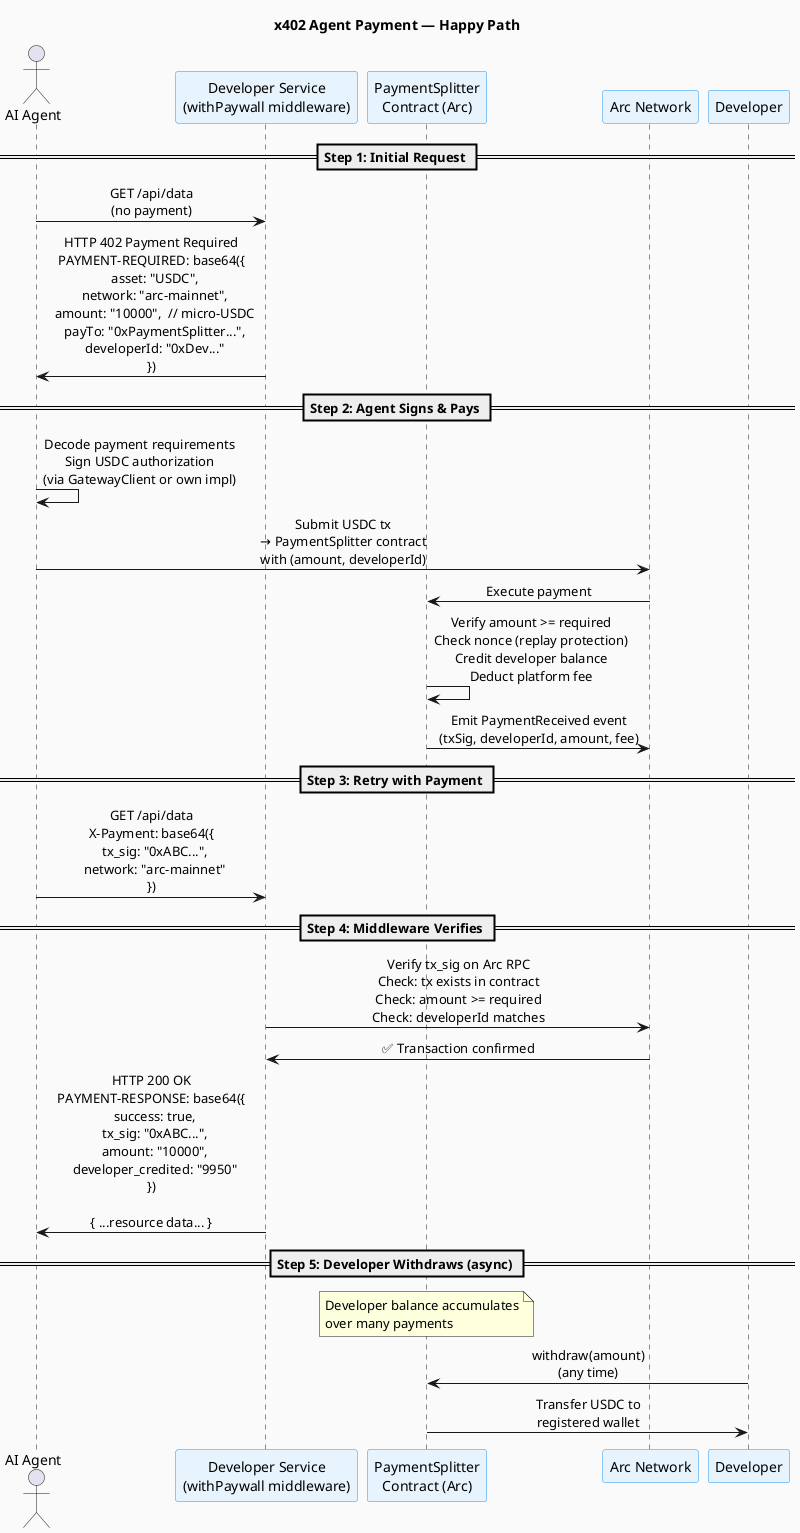
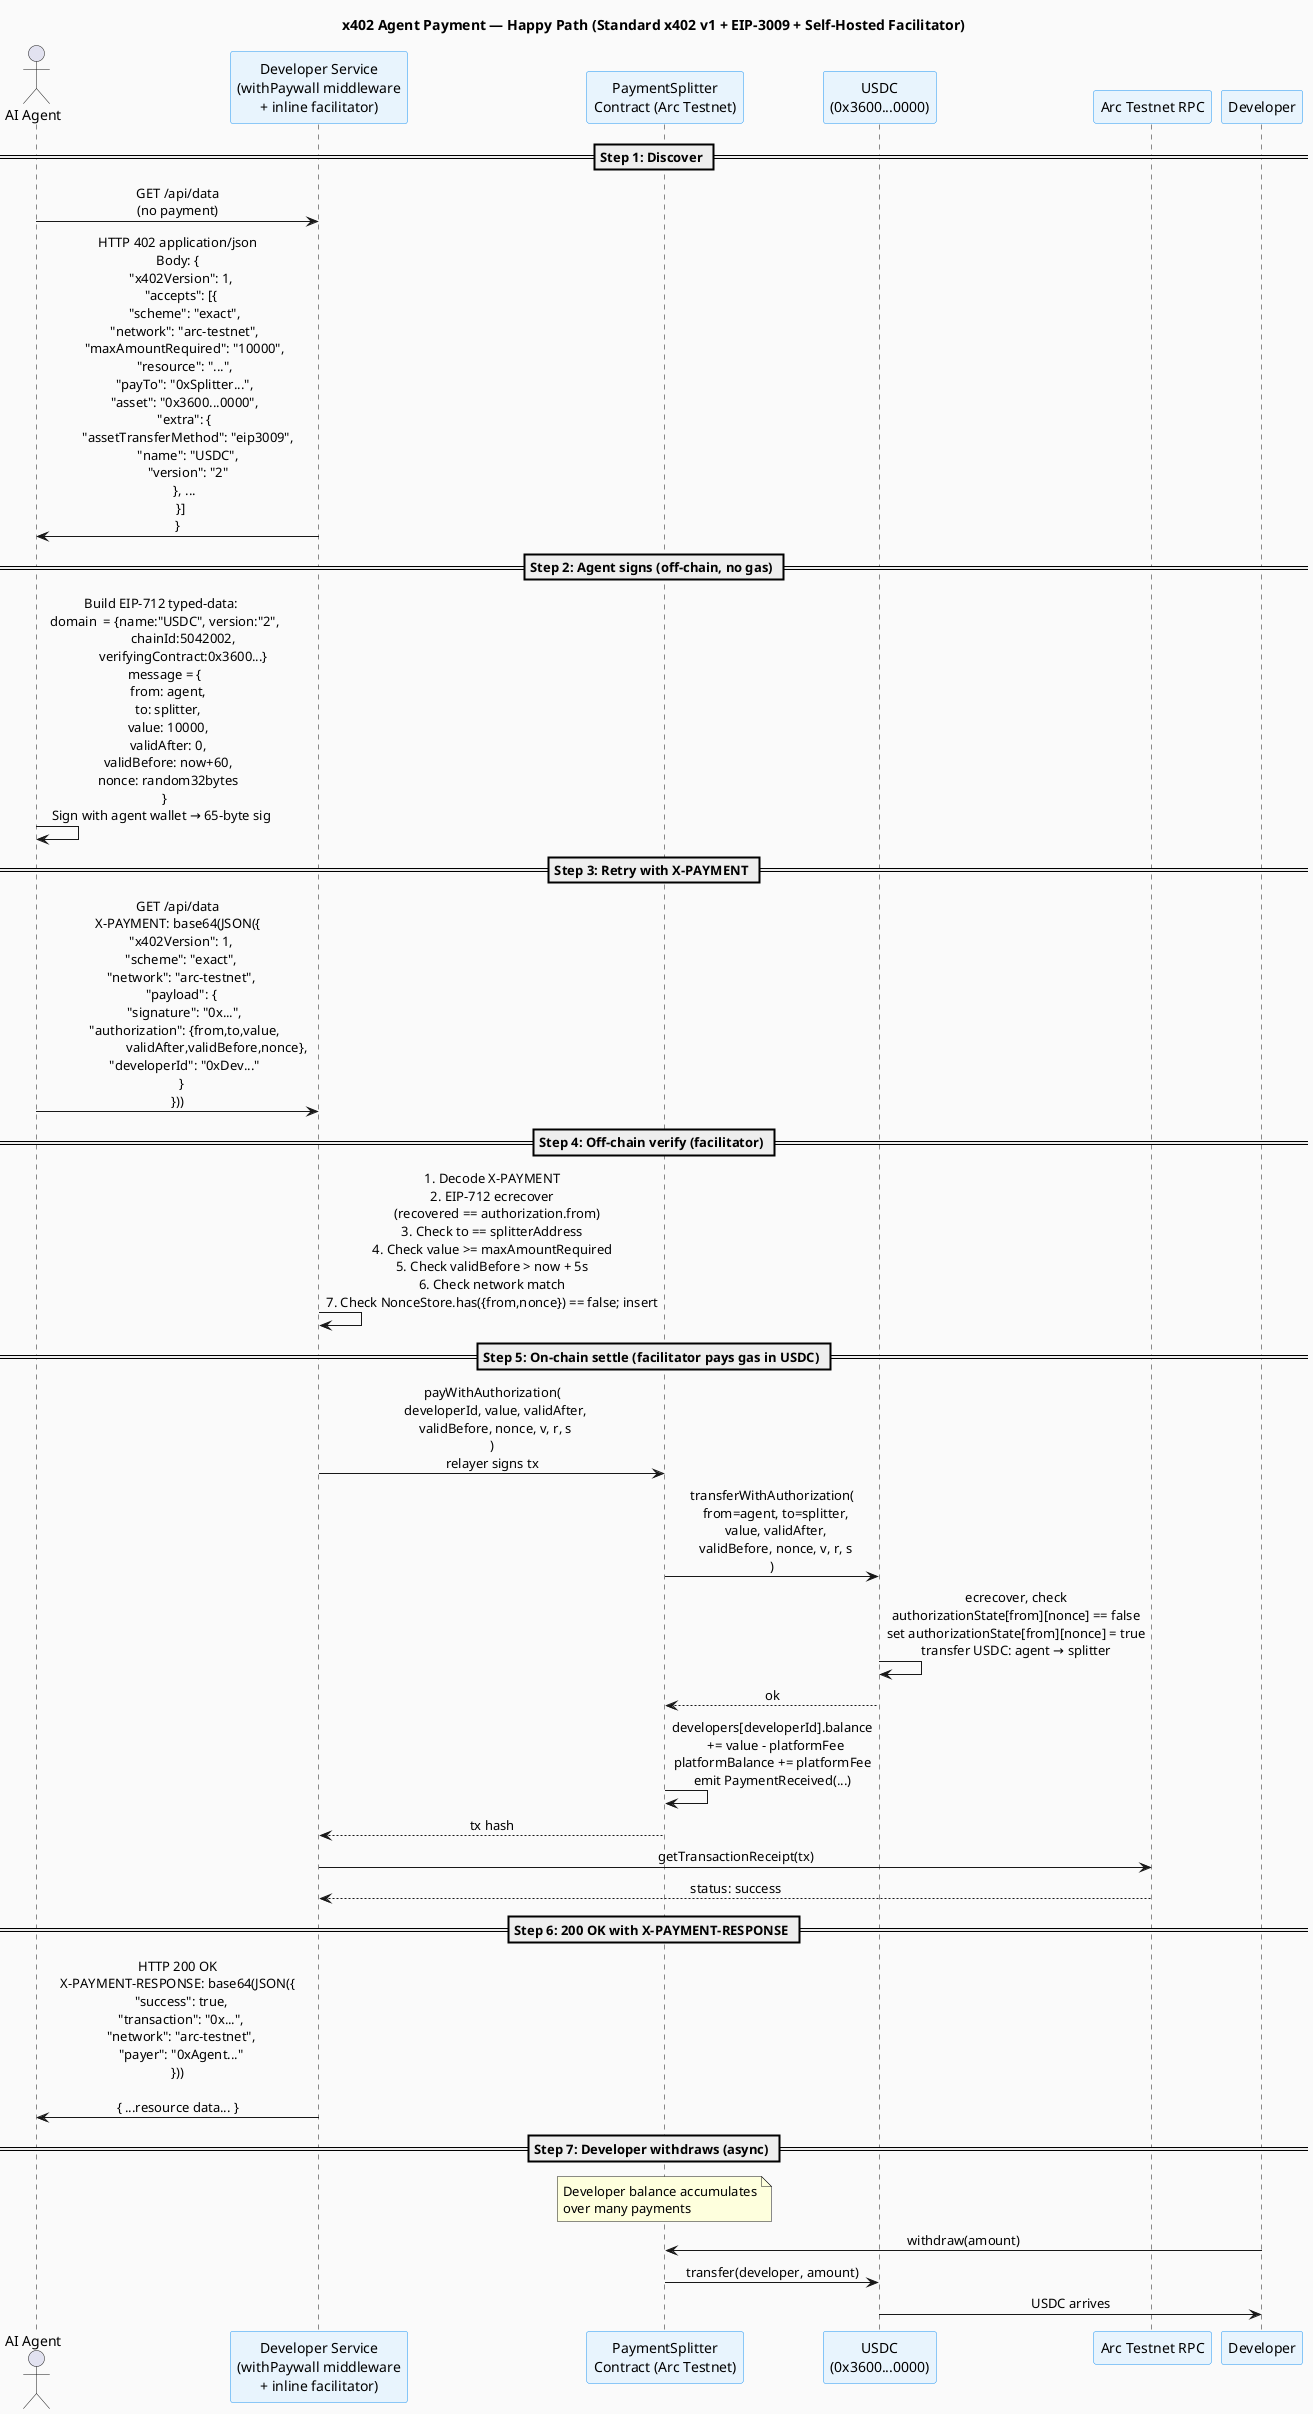
@startuml agent-payment-happy-path
- title x402 Agent Payment — Happy Path
+ title x402 Agent Payment — Happy Path (Standard x402 v1 + EIP-3009 + Self-Hosted Facilitator)

skinparam sequenceMessageAlign center
skinparam backgroundColor #FAFAFA
skinparam participantBackgroundColor #E8F4FD
skinparam participantBorderColor #2196F3

actor "AI Agent" as Agent
- participant "Developer Service\n(withPaywall middleware)" as Service
- participant "PaymentSplitter\nContract (Arc)" as Contract
- participant "Arc Network" as Arc
+ participant "Developer Service\n(withPaywall middleware\n+ inline facilitator)" as Service
+ participant "PaymentSplitter\nContract (Arc Testnet)" as Splitter
+ participant "USDC\n(0x3600...0000)" as USDC
+ participant "Arc Testnet RPC" as Arc

- == Step 1: Initial Request ==
+ == Step 1: Discover ==
Agent -> Service : GET /api/data\n(no payment)

- Service -> Agent : HTTP 402 Payment Required\nPAYMENT-REQUIRED: base64({\n  asset: "USDC",\n  network: "arc-mainnet",\n  amount: "10000",  // micro-USDC\n  payTo: "0xPaymentSplitter...",\n  developerId: "0xDev..."\n})
+ Service -> Agent : HTTP 402 application/json\nBody: {\n  "x402Version": 1,\n  "accepts": [{\n    "scheme": "exact",\n    "network": "arc-testnet",\n    "maxAmountRequired": "10000",\n    "resource": "...",\n    "payTo": "0xSplitter...",\n    "asset": "0x3600...0000",\n    "extra": {\n      "assetTransferMethod": "eip3009",\n      "name": "USDC",\n      "version": "2"\n    }, ...\n  }]\n}

- == Step 2: Agent Signs & Pays ==
- Agent -> Agent : Decode payment requirements\nSign USDC authorization\n(via GatewayClient or own impl)
+ == Step 2: Agent signs (off-chain, no gas) ==
+ Agent -> Agent : Build EIP-712 typed-data:\n  domain  = {name:"USDC", version:"2",\n             chainId:5042002,\n             verifyingContract:0x3600...}\n  message = {\n    from: agent,\n    to: splitter,\n    value: 10000,\n    validAfter: 0,\n    validBefore: now+60,\n    nonce: random32bytes\n  }\nSign with agent wallet → 65-byte sig

- Agent -> Arc : Submit USDC tx\n→ PaymentSplitter contract\nwith (amount, developerId)
+ == Step 3: Retry with X-PAYMENT ==
+ Agent -> Service : GET /api/data\nX-PAYMENT: base64(JSON({\n  "x402Version": 1,\n  "scheme": "exact",\n  "network": "arc-testnet",\n  "payload": {\n    "signature": "0x...",\n    "authorization": {from,to,value,\n                       validAfter,validBefore,nonce},\n    "developerId": "0xDev..."\n  }\n}))

- Arc -> Contract : Execute payment
- Contract -> Contract : Verify amount >= required\nCheck nonce (replay protection)\nCredit developer balance\nDeduct platform fee
+ == Step 4: Off-chain verify (facilitator) ==
+ Service -> Service : 1. Decode X-PAYMENT\n2. EIP-712 ecrecover\n   (recovered == authorization.from)\n3. Check to == splitterAddress\n4. Check value >= maxAmountRequired\n5. Check validBefore > now + 5s\n6. Check network match\n7. Check NonceStore.has({from,nonce}) == false; insert

- Contract -> Arc : Emit PaymentReceived event\n(txSig, developerId, amount, fee)
+ == Step 5: On-chain settle (facilitator pays gas in USDC) ==
+ Service -> Splitter : payWithAuthorization(\n  developerId, value, validAfter,\n  validBefore, nonce, v, r, s\n)\nrelayer signs tx

- == Step 3: Retry with Payment ==
- Agent -> Service : GET /api/data\nX-Payment: base64({\n  tx_sig: "0xABC...",\n  network: "arc-mainnet"\n})
+ Splitter -> USDC : transferWithAuthorization(\n  from=agent, to=splitter,\n  value, validAfter,\n  validBefore, nonce, v, r, s\n)
+ USDC -> USDC : ecrecover, check\nauthorizationState[from][nonce] == false\nset authorizationState[from][nonce] = true\ntransfer USDC: agent → splitter
+ USDC --> Splitter : ok

- == Step 4: Middleware Verifies ==
- Service -> Arc : Verify tx_sig on Arc RPC\nCheck: tx exists in contract\nCheck: amount >= required\nCheck: developerId matches
+ Splitter -> Splitter : developers[developerId].balance\n  += value - platformFee\nplatformBalance += platformFee\nemit PaymentReceived(...)

- Arc -> Service : ✅ Transaction confirmed
+ Splitter --> Service : tx hash
+ Service -> Arc : getTransactionReceipt(tx)
+ Arc --> Service : status: success

- Service -> Agent : HTTP 200 OK\nPAYMENT-RESPONSE: base64({\n  success: true,\n  tx_sig: "0xABC...",\n  amount: "10000",\n  developer_credited: "9950"\n})\n\n{ ...resource data... }
+ == Step 6: 200 OK with X-PAYMENT-RESPONSE ==
+ Service -> Agent : HTTP 200 OK\nX-PAYMENT-RESPONSE: base64(JSON({\n  "success": true,\n  "transaction": "0x...",\n  "network": "arc-testnet",\n  "payer": "0xAgent..."\n}))\n\n{ ...resource data... }

- == Step 5: Developer Withdraws (async) ==
- note over Contract : Developer balance accumulates\nover many payments
- 
- "Developer" -> Contract : withdraw(amount)\n(any time)
- Contract -> "Developer" : Transfer USDC to\nregistered wallet
+ == Step 7: Developer withdraws (async) ==
+ note over Splitter : Developer balance accumulates\nover many payments
+ "Developer" -> Splitter : withdraw(amount)
+ Splitter -> USDC : transfer(developer, amount)
+ USDC -> "Developer" : USDC arrives

@enduml
